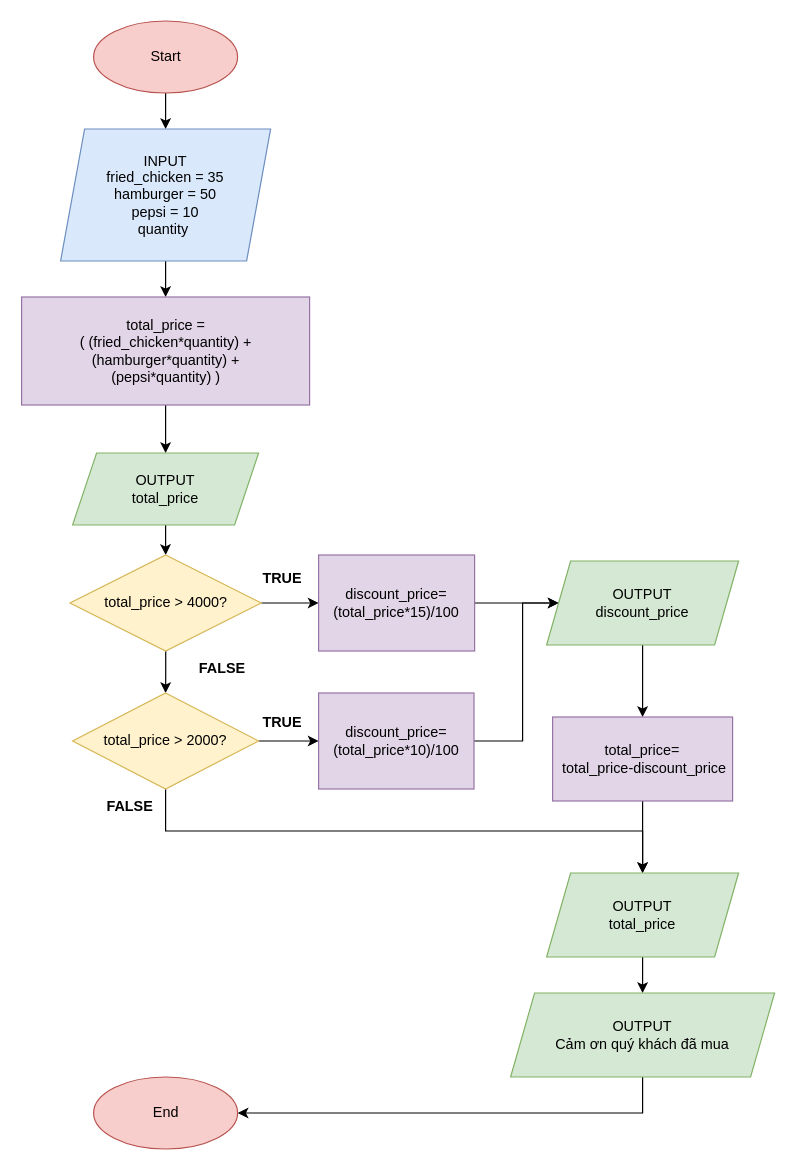
The draw.io diagram page "bài 10" (4 of 10) of B9 23-5-23/flow_chart-B9.drawio in DuyPhan18/Python-CodeGym, before the edit. Source tidied: cells renumbered, new cells numbered last; positions are measured from the earlier drawing's top-left corner, leaving out a move shared by most shapes. Both pictures are drawn from the tidied source at 120%, with x=0, y=0 at pixel (20, 20).
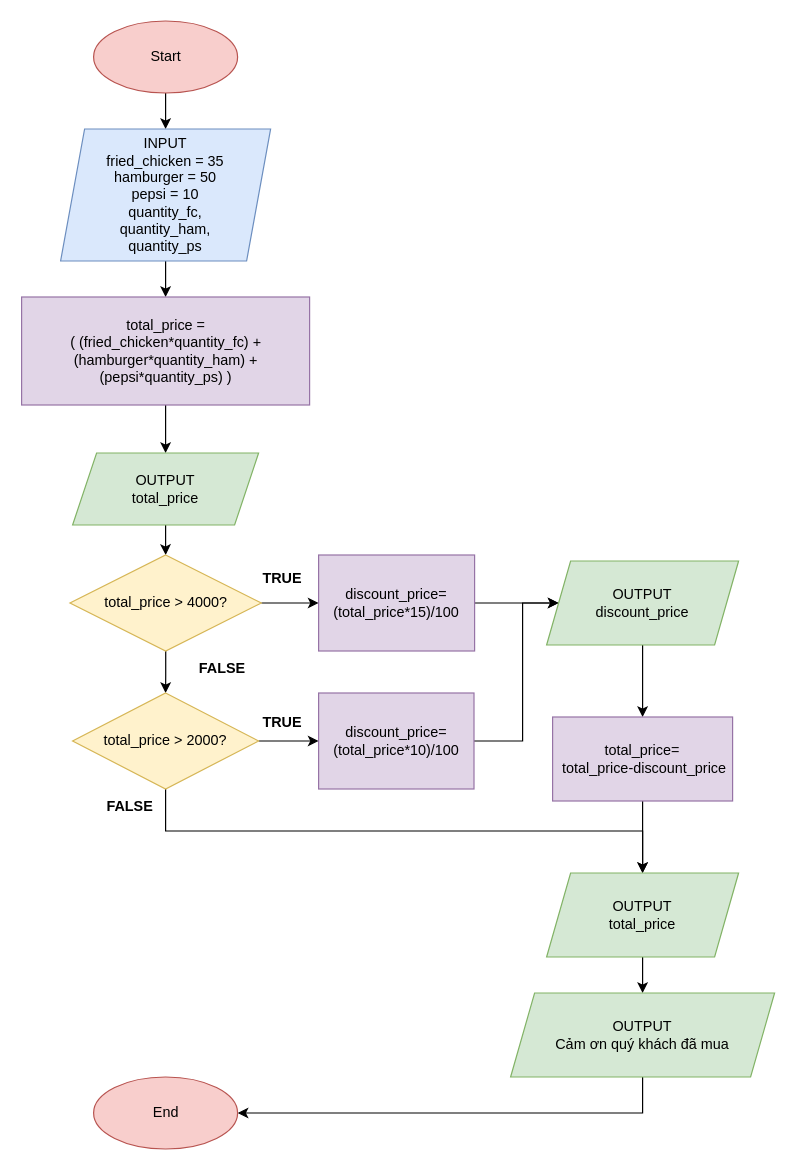
After the change.

The edit, as a diff of the source:
```diff
@@
-    <mxCell id="5" value="INPUT&lt;br&gt;fried_chicken = 35&lt;br&gt;hamburger = 50&lt;br&gt;pepsi = 10&lt;br&gt;quantity&amp;nbsp;&lt;br&gt;" style="shape=parallelogram;perimeter=parallelogramPerimeter;whiteSpace=wrap;html=1;fixedSize=1;fillColor=#dae8fc;strokeColor=#6c8ebf;" parent="1" vertex="1">
+    <mxCell id="5" value="INPUT&lt;br&gt;fried_chicken = 35&lt;br&gt;hamburger = 50&lt;br&gt;pepsi = 10&lt;br&gt;quantity_fc,&lt;br&gt;quantity_ham,&lt;br&gt;quantity_ps" style="shape=parallelogram;perimeter=parallelogramPerimeter;whiteSpace=wrap;html=1;fixedSize=1;fillColor=#dae8fc;strokeColor=#6c8ebf;" parent="1" vertex="1">
       <mxGeometry x="33" y="90" width="175" height="110" as="geometry" />
     </mxCell>
@@
-    <mxCell id="8" value="total_price = &lt;br&gt;( (fried_chicken*quantity) +(hamburger*quantity) +&lt;br&gt;(pepsi*quantity) )" style="whiteSpace=wrap;html=1;fillColor=#e1d5e7;strokeColor=#9673a6;" parent="1" vertex="1">
+    <mxCell id="8" value="total_price = &lt;br&gt;( (fried_chicken*quantity_fc) +(hamburger*quantity_ham) +&lt;br&gt;(pepsi*quantity_ps) )" style="whiteSpace=wrap;html=1;fillColor=#e1d5e7;strokeColor=#9673a6;" parent="1" vertex="1">
       <mxGeometry x="0.5" y="230" width="240" height="90" as="geometry" />
     </mxCell>
```
